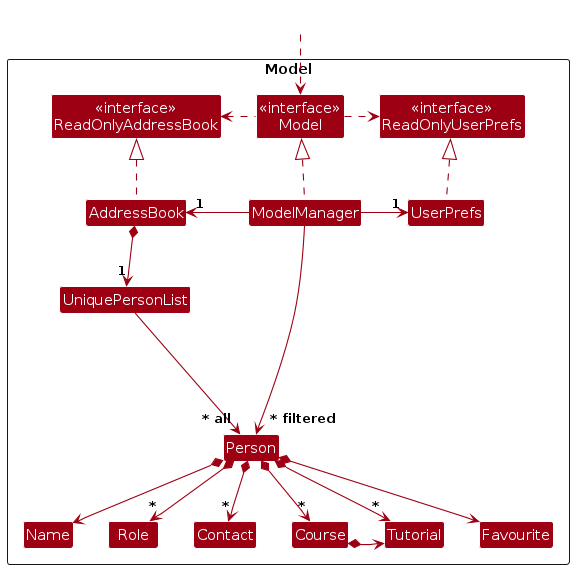
The PlantUML diagram diagrams/ModelClassDiagram.png in AY2324S1-CS2103T-F08-0/tp, before a commit. Its source is kept beside it as diagrams/ModelClassDiagram.puml. Its diagram source:
```plantuml
@startuml
!include style.puml
skinparam arrowThickness 1.1
skinparam arrowColor MODEL_COLOR
skinparam classBackgroundColor MODEL_COLOR

Package Model as ModelPackage <<Rectangle>>{
Class "<<interface>>\nReadOnlyAddressBook" as ReadOnlyAddressBook
Class "<<interface>>\nReadOnlyUserPrefs" as ReadOnlyUserPrefs
Class "<<interface>>\nModel" as Model
Class AddressBook
Class ModelManager
Class UserPrefs

Class UniquePersonList
Class Person
class Name
Class Role
Class Contact
Class Course
Class Tutorial
Class Favourite

Class I #FFFFFF
}

Class HiddenOutside #FFFFFF
HiddenOutside ..> Model

AddressBook .up.|> ReadOnlyAddressBook

ModelManager .up.|> Model
Model .right.> ReadOnlyUserPrefs
Model .left.> ReadOnlyAddressBook
ModelManager -left-> "1" AddressBook
ModelManager -right-> "1" UserPrefs
UserPrefs .up.|> ReadOnlyUserPrefs

AddressBook *--> "1" UniquePersonList
UniquePersonList --> "~* all" Person
Person *--> Name
Person *--> "*" Role
Person *--> "*" Contact
Person *--> "*" Course
Person *--> "*" Tutorial
Person *--> Favourite
Course *--> Tutorial

Person -[hidden]up--> I
UniquePersonList -[hidden]right-> I

Name -[hidden]right-> Role
Role -[hidden]right-> Contact
Contact -[hidden]right-> Course
Course -[hidden]right-> Tutorial
Tutorial -[hidden]right-> Favourite

ModelManager --> "~* filtered" Person
@enduml
```
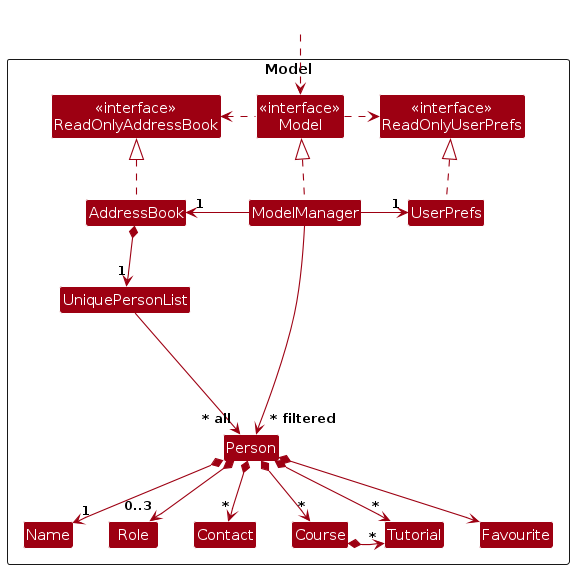
Above is the later version.

The edit, as a diff of the source:
```diff
@@ -38,13 +38,13 @@
 
 AddressBook *--> "1" UniquePersonList
 UniquePersonList --> "~* all" Person
-Person *--> Name
-Person *--> "*" Role
+Person *--> "1" Name
+Person *--> "0..3" Role
 Person *--> "*" Contact
 Person *--> "*" Course
 Person *--> "*" Tutorial
 Person *--> Favourite
-Course *--> Tutorial
+Course *--> "*" Tutorial
 
 Person -[hidden]up--> I
 UniquePersonList -[hidden]right-> I
```
